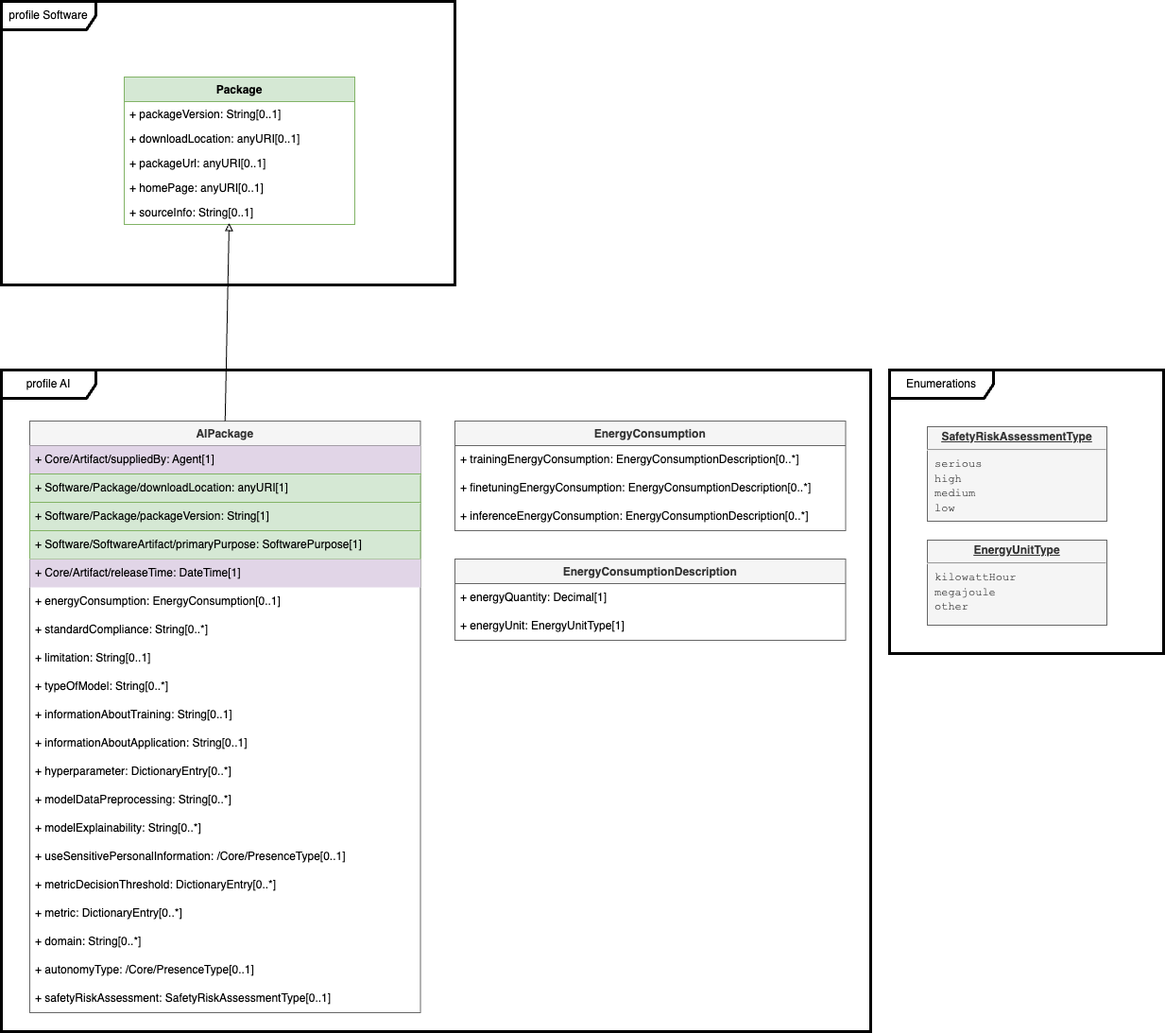
Above: docs/images/model-ai.png in spdx/spdx-spec (draw.io), before the change. Source tidied: cells renumbered, new cells last; positions are measured from the earlier drawing's top-left corner, leaving out a move shared by most shapes.
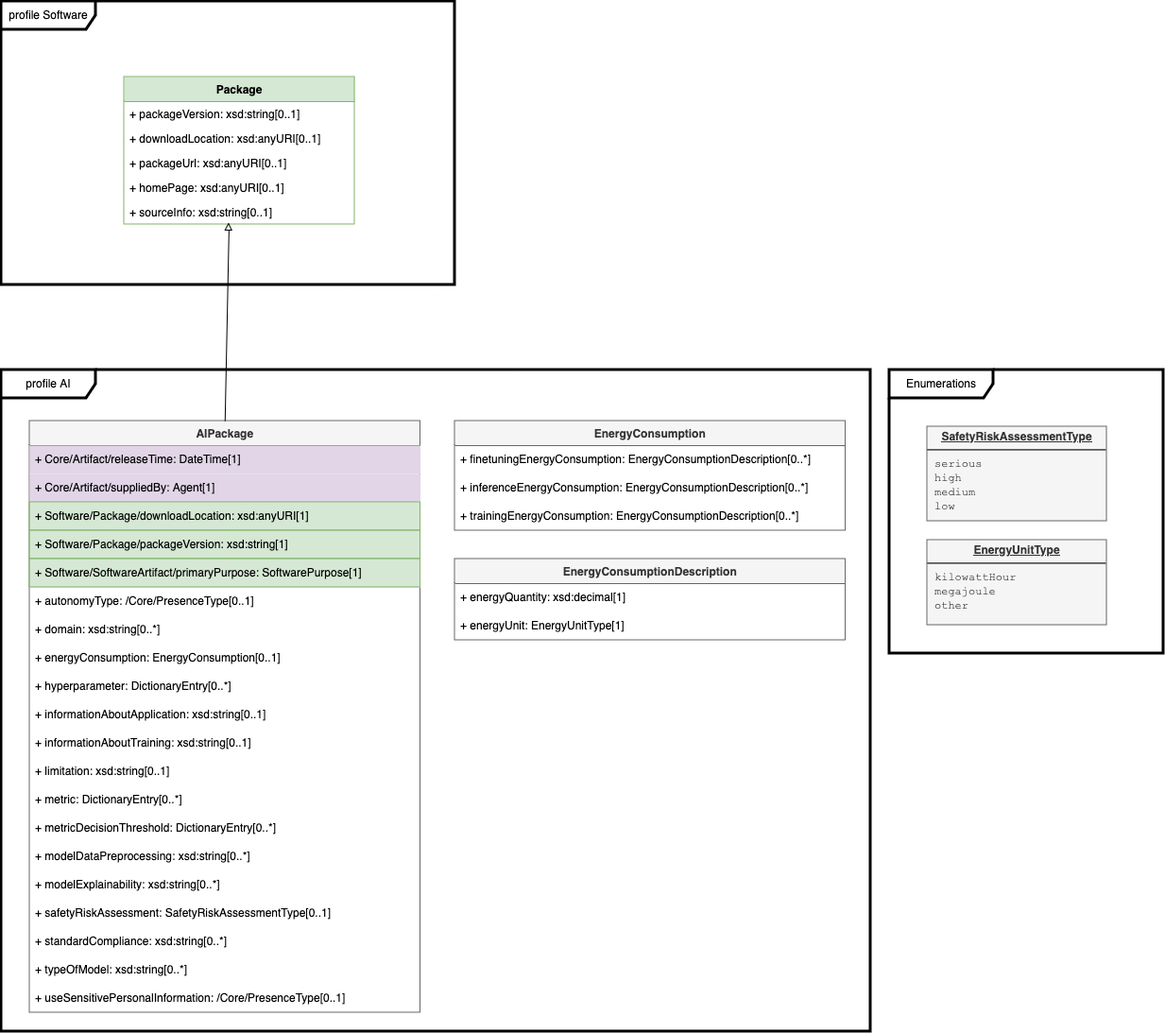
The same file after the commit.

Change to the diagram source:
```diff
@@ -8,19 +8,19 @@
     <mxCell id="3" value="Package" style="swimlane;fontStyle=1;horizontal=1;startSize=26;fillColor=#d5e8d4;strokeColor=#82b366;" parent="1" vertex="1">
       <mxGeometry x="130" y="80" width="244" height="156" as="geometry" />
     </mxCell>
-    <mxCell id="4" value="+ packageVersion: String[0..1]" style="text;strokeColor=none;fillColor=none;align=left;verticalAlign=top;spacingLeft=4;spacingRight=4;overflow=hidden;" parent="3" vertex="1">
+    <mxCell id="4" value="+ packageVersion: xsd:string[0..1]" style="text;strokeColor=none;fillColor=none;align=left;verticalAlign=top;spacingLeft=4;spacingRight=4;overflow=hidden;" parent="3" vertex="1">
       <mxGeometry y="26" width="244" height="26" as="geometry" />
     </mxCell>
-    <mxCell id="5" value="+ downloadLocation: anyURI[0..1]" style="text;strokeColor=none;fillColor=none;align=left;verticalAlign=top;spacingLeft=4;spacingRight=4;overflow=hidden;" parent="3" vertex="1">
+    <mxCell id="5" value="+ downloadLocation: xsd:anyURI[0..1]" style="text;strokeColor=none;fillColor=none;align=left;verticalAlign=top;spacingLeft=4;spacingRight=4;overflow=hidden;" parent="3" vertex="1">
       <mxGeometry y="52" width="244" height="26" as="geometry" />
     </mxCell>
-    <mxCell id="6" value="+ packageUrl: anyURI[0..1]" style="text;strokeColor=none;fillColor=none;align=left;verticalAlign=top;spacingLeft=4;spacingRight=4;overflow=hidden;" parent="3" vertex="1">
+    <mxCell id="6" value="+ packageUrl: xsd:anyURI[0..1]" style="text;strokeColor=none;fillColor=none;align=left;verticalAlign=top;spacingLeft=4;spacingRight=4;overflow=hidden;" parent="3" vertex="1">
       <mxGeometry y="78" width="244" height="26" as="geometry" />
     </mxCell>
-    <mxCell id="7" value="+ homePage: anyURI[0..1]" style="text;strokeColor=none;fillColor=none;align=left;verticalAlign=top;spacingLeft=4;spacingRight=4;overflow=hidden;" parent="3" vertex="1">
+    <mxCell id="7" value="+ homePage: xsd:anyURI[0..1]" style="text;strokeColor=none;fillColor=none;align=left;verticalAlign=top;spacingLeft=4;spacingRight=4;overflow=hidden;" parent="3" vertex="1">
       <mxGeometry y="104" width="244" height="26" as="geometry" />
     </mxCell>
-    <mxCell id="8" value="+ sourceInfo: String[0..1]" style="text;strokeColor=none;fillColor=none;align=left;verticalAlign=top;spacingLeft=4;spacingRight=4;overflow=hidden;points=[[0,0.5],[1,0.5]];portConstraint=eastwest;" parent="3" vertex="1">
+    <mxCell id="8" value="+ sourceInfo: xsd:string[0..1]" style="text;strokeColor=none;fillColor=none;align=left;verticalAlign=top;spacingLeft=4;spacingRight=4;overflow=hidden;points=[[0,0.5],[1,0.5]];portConstraint=eastwest;" parent="3" vertex="1">
       <mxGeometry y="130" width="244" height="26" as="geometry" />
     </mxCell>
     <mxCell id="9" value="profile AI" style="shape=umlFrame;whiteSpace=wrap;html=1;width=100;height=30;strokeWidth=3;" parent="1" vertex="1">
@@ -29,66 +29,66 @@
     <mxCell id="10" value="AIPackage" style="swimlane;fontStyle=1;horizontal=1;startSize=26;fillColor=#f5f5f5;strokeColor=#666666;fontColor=#333333;" parent="1" vertex="1">
       <mxGeometry x="30" y="444" width="413.5" height="626" as="geometry" />
     </mxCell>
+    <mxCell id="15" value="+ Core/Artifact/releaseTime: DateTime[1]" style="text;strokeColor=none;fillColor=#E1D5E7;align=left;verticalAlign=middle;spacingLeft=4;spacingRight=4;overflow=hidden;whiteSpace=wrap;html=1;" parent="10" vertex="1">
+      <mxGeometry y="26" width="413.5" height="30" as="geometry" />
+    </mxCell>
     <mxCell id="11" value="+ Core/Artifact/suppliedBy: Agent[1]" style="text;strokeColor=none;fillColor=#E1D5E7;align=left;verticalAlign=middle;spacingLeft=4;spacingRight=4;overflow=hidden;whiteSpace=wrap;html=1;" parent="10" vertex="1">
-      <mxGeometry y="26" width="413.5" height="30" as="geometry" />
+      <mxGeometry y="56" width="413.5" height="30" as="geometry" />
     </mxCell>
-    <mxCell id="12" value="+ Software/Package/downloadLocation: anyURI[1]" style="text;strokeColor=#82b366;fillColor=#d5e8d4;align=left;verticalAlign=middle;spacingLeft=4;spacingRight=4;overflow=hidden;whiteSpace=wrap;html=1;" parent="10" vertex="1">
-      <mxGeometry y="56" width="413.5" height="30" as="geometry" />
+    <mxCell id="12" value="+ Software/Package/downloadLocation: xsd:anyURI[1]" style="text;strokeColor=#82b366;fillColor=#d5e8d4;align=left;verticalAlign=middle;spacingLeft=4;spacingRight=4;overflow=hidden;whiteSpace=wrap;html=1;" parent="10" vertex="1">
+      <mxGeometry y="86" width="413.5" height="30" as="geometry" />
     </mxCell>
-    <mxCell id="13" value="+ Software/Package/packageVersion: String[1]" style="text;strokeColor=#82b366;fillColor=#d5e8d4;align=left;verticalAlign=middle;spacingLeft=4;spacingRight=4;overflow=hidden;whiteSpace=wrap;html=1;" parent="10" vertex="1">
-      <mxGeometry y="86" width="413.5" height="30" as="geometry" />
+    <mxCell id="13" value="+ Software/Package/packageVersion: xsd:string[1]" style="text;strokeColor=#82b366;fillColor=#d5e8d4;align=left;verticalAlign=middle;spacingLeft=4;spacingRight=4;overflow=hidden;whiteSpace=wrap;html=1;" parent="10" vertex="1">
+      <mxGeometry y="116" width="413.5" height="30" as="geometry" />
     </mxCell>
     <mxCell id="14" value="+ Software/SoftwareArtifact/primaryPurpose: SoftwarePurpose[1]" style="text;strokeColor=#82b366;fillColor=#d5e8d4;align=left;verticalAlign=middle;spacingLeft=4;spacingRight=4;overflow=hidden;whiteSpace=wrap;html=1;" parent="10" vertex="1">
-      <mxGeometry y="116" width="413.5" height="30" as="geometry" />
+      <mxGeometry y="146" width="413.5" height="30" as="geometry" />
     </mxCell>
-    <mxCell id="15" value="+ Core/Artifact/releaseTime: DateTime[1]" style="text;strokeColor=none;fillColor=#E1D5E7;align=left;verticalAlign=middle;spacingLeft=4;spacingRight=4;overflow=hidden;whiteSpace=wrap;html=1;" parent="10" vertex="1">
-      <mxGeometry y="146" width="413.5" height="30" as="geometry" />
-    </mxCell>
+    <mxCell id="29" value="+ autonomyType: /Core/PresenceType[0..1]" style="text;strokeColor=none;fillColor=none;align=left;verticalAlign=middle;spacingLeft=4;spacingRight=4;overflow=hidden;whiteSpace=wrap;html=1;" parent="10" vertex="1">
+      <mxGeometry y="176" width="413.5" height="30" as="geometry" />
+    </mxCell>
+    <mxCell id="28" value="+ domain: xsd:string[0..*]" style="text;strokeColor=none;fillColor=none;align=left;verticalAlign=middle;spacingLeft=4;spacingRight=4;overflow=hidden;whiteSpace=wrap;html=1;" parent="10" vertex="1">
+      <mxGeometry y="206" width="413.5" height="30" as="geometry" />
+    </mxCell>
     <mxCell id="16" value="+ energyConsumption: EnergyConsumption[0..1]" style="text;strokeColor=none;fillColor=none;align=left;verticalAlign=middle;spacingLeft=4;spacingRight=4;overflow=hidden;whiteSpace=wrap;html=1;" parent="10" vertex="1">
-      <mxGeometry y="176" width="413.5" height="30" as="geometry" />
+      <mxGeometry y="236" width="413.5" height="30" as="geometry" />
     </mxCell>
-    <mxCell id="17" value="+ standardCompliance: String[0..*]" style="text;strokeColor=none;fillColor=none;align=left;verticalAlign=middle;spacingLeft=4;spacingRight=4;overflow=hidden;whiteSpace=wrap;html=1;" parent="10" vertex="1">
-      <mxGeometry y="206" width="413.5" height="30" as="geometry" />
-    </mxCell>
+    <mxCell id="22" value="+ hyperparameter: DictionaryEntry[0..*]" style="text;strokeColor=none;fillColor=none;align=left;verticalAlign=middle;spacingLeft=4;spacingRight=4;overflow=hidden;whiteSpace=wrap;html=1;" parent="10" vertex="1">
+      <mxGeometry y="266" width="413.5" height="30" as="geometry" />
+    </mxCell>
+    <mxCell id="21" value="+ informationAboutApplication: xsd:string[0..1]" style="text;strokeColor=none;fillColor=none;align=left;verticalAlign=middle;spacingLeft=4;spacingRight=4;overflow=hidden;whiteSpace=wrap;html=1;" parent="10" vertex="1">
+      <mxGeometry y="296" width="413.5" height="30" as="geometry" />
+    </mxCell>
+    <mxCell id="20" value="+ informationAboutTraining: xsd:string[0..1]" style="text;strokeColor=none;fillColor=none;align=left;verticalAlign=middle;spacingLeft=4;spacingRight=4;overflow=hidden;whiteSpace=wrap;html=1;" parent="10" vertex="1">
+      <mxGeometry y="326" width="413.5" height="30" as="geometry" />
+    </mxCell>
-    <mxCell id="18" value="+ limitation: String[0..1]" style="text;strokeColor=none;fillColor=none;align=left;verticalAlign=middle;spacingLeft=4;spacingRight=4;overflow=hidden;whiteSpace=wrap;html=1;" parent="10" vertex="1">
-      <mxGeometry y="236" width="413.5" height="30" as="geometry" />
+    <mxCell id="18" value="+ limitation: xsd:string[0..1]" style="text;strokeColor=none;fillColor=none;align=left;verticalAlign=middle;spacingLeft=4;spacingRight=4;overflow=hidden;whiteSpace=wrap;html=1;" parent="10" vertex="1">
+      <mxGeometry y="356" width="413.5" height="30" as="geometry" />
     </mxCell>
-    <mxCell id="19" value="+ typeOfModel: String[0..*]" style="text;strokeColor=none;fillColor=none;align=left;verticalAlign=middle;spacingLeft=4;spacingRight=4;overflow=hidden;whiteSpace=wrap;html=1;" parent="10" vertex="1">
-      <mxGeometry y="266" width="413.5" height="30" as="geometry" />
-    </mxCell>
-    <mxCell id="20" value="+ informationAboutTraining: String[0..1]" style="text;strokeColor=none;fillColor=none;align=left;verticalAlign=middle;spacingLeft=4;spacingRight=4;overflow=hidden;whiteSpace=wrap;html=1;" parent="10" vertex="1">
-      <mxGeometry y="296" width="413.5" height="30" as="geometry" />
-    </mxCell>
-    <mxCell id="21" value="+ informationAboutApplication: String[0..1]" style="text;strokeColor=none;fillColor=none;align=left;verticalAlign=middle;spacingLeft=4;spacingRight=4;overflow=hidden;whiteSpace=wrap;html=1;" parent="10" vertex="1">
-      <mxGeometry y="326" width="413.5" height="30" as="geometry" />
-    </mxCell>
-    <mxCell id="22" value="+ hyperparameter: DictionaryEntry[0..*]" style="text;strokeColor=none;fillColor=none;align=left;verticalAlign=middle;spacingLeft=4;spacingRight=4;overflow=hidden;whiteSpace=wrap;html=1;" parent="10" vertex="1">
-      <mxGeometry y="356" width="413.5" height="30" as="geometry" />
-    </mxCell>
+    <mxCell id="27" value="+ metric: DictionaryEntry[0..*]" style="text;strokeColor=none;fillColor=none;align=left;verticalAlign=middle;spacingLeft=4;spacingRight=4;overflow=hidden;whiteSpace=wrap;html=1;" parent="10" vertex="1">
+      <mxGeometry y="386" width="413.5" height="30" as="geometry" />
+    </mxCell>
+    <mxCell id="26" value="+ metricDecisionThreshold: DictionaryEntry[0..*]" style="text;strokeColor=none;fillColor=none;align=left;verticalAlign=middle;spacingLeft=4;spacingRight=4;overflow=hidden;whiteSpace=wrap;html=1;" parent="10" vertex="1">
+      <mxGeometry y="416" width="413.5" height="30" as="geometry" />
+    </mxCell>
-    <mxCell id="23" value="+ modelDataPreprocessing: String[0..*]" style="text;strokeColor=none;fillColor=none;align=left;verticalAlign=middle;spacingLeft=4;spacingRight=4;overflow=hidden;whiteSpace=wrap;html=1;" parent="10" vertex="1">
-      <mxGeometry y="386" width="413.5" height="30" as="geometry" />
+    <mxCell id="23" value="+ modelDataPreprocessing: xsd:string[0..*]" style="text;strokeColor=none;fillColor=none;align=left;verticalAlign=middle;spacingLeft=4;spacingRight=4;overflow=hidden;whiteSpace=wrap;html=1;" parent="10" vertex="1">
+      <mxGeometry y="446" width="413.5" height="30" as="geometry" />
     </mxCell>
-    <mxCell id="24" value="+ modelExplainability: String[0..*]" style="text;strokeColor=none;fillColor=none;align=left;verticalAlign=middle;spacingLeft=4;spacingRight=4;overflow=hidden;whiteSpace=wrap;html=1;" parent="10" vertex="1">
-      <mxGeometry y="416" width="413.5" height="30" as="geometry" />
+    <mxCell id="24" value="+ modelExplainability: xsd:string[0..*]" style="text;strokeColor=none;fillColor=none;align=left;verticalAlign=middle;spacingLeft=4;spacingRight=4;overflow=hidden;whiteSpace=wrap;html=1;" parent="10" vertex="1">
+      <mxGeometry y="476" width="413.5" height="30" as="geometry" />
     </mxCell>
+    <mxCell id="30" value="+ safetyRiskAssessment: SafetyRiskAssessmentType[0..1]" style="text;strokeColor=none;fillColor=none;align=left;verticalAlign=middle;spacingLeft=4;spacingRight=4;overflow=hidden;whiteSpace=wrap;html=1;" parent="10" vertex="1">
+      <mxGeometry y="506" width="413.5" height="30" as="geometry" />
+    </mxCell>
+    <mxCell id="17" value="+ standardCompliance: xsd:string[0..*]" style="text;strokeColor=none;fillColor=none;align=left;verticalAlign=middle;spacingLeft=4;spacingRight=4;overflow=hidden;whiteSpace=wrap;html=1;" parent="10" vertex="1">
+      <mxGeometry y="536" width="413.5" height="30" as="geometry" />
+    </mxCell>
+    <mxCell id="19" value="+ typeOfModel: xsd:string[0..*]" style="text;strokeColor=none;fillColor=none;align=left;verticalAlign=middle;spacingLeft=4;spacingRight=4;overflow=hidden;whiteSpace=wrap;html=1;" parent="10" vertex="1">
+      <mxGeometry y="566" width="413.5" height="30" as="geometry" />
+    </mxCell>
     <mxCell id="25" value="+ useSensitivePersonalInformation: /Core/PresenceType[0..1]" style="text;strokeColor=none;fillColor=none;align=left;verticalAlign=middle;spacingLeft=4;spacingRight=4;overflow=hidden;whiteSpace=wrap;html=1;" parent="10" vertex="1">
-      <mxGeometry y="446" width="413.5" height="30" as="geometry" />
+      <mxGeometry y="596" width="413.5" height="30" as="geometry" />
     </mxCell>
-    <mxCell id="26" value="+ metricDecisionThreshold: DictionaryEntry[0..*]" style="text;strokeColor=none;fillColor=none;align=left;verticalAlign=middle;spacingLeft=4;spacingRight=4;overflow=hidden;whiteSpace=wrap;html=1;" parent="10" vertex="1">
-      <mxGeometry y="476" width="413.5" height="30" as="geometry" />
-    </mxCell>
-    <mxCell id="27" value="+ metric: DictionaryEntry[0..*]" style="text;strokeColor=none;fillColor=none;align=left;verticalAlign=middle;spacingLeft=4;spacingRight=4;overflow=hidden;whiteSpace=wrap;html=1;" parent="10" vertex="1">
-      <mxGeometry y="506" width="413.5" height="30" as="geometry" />
-    </mxCell>
-    <mxCell id="28" value="+ domain: String[0..*]" style="text;strokeColor=none;fillColor=none;align=left;verticalAlign=middle;spacingLeft=4;spacingRight=4;overflow=hidden;whiteSpace=wrap;html=1;" parent="10" vertex="1">
-      <mxGeometry y="536" width="413.5" height="30" as="geometry" />
-    </mxCell>
-    <mxCell id="29" value="+ autonomyType: /Core/PresenceType[0..1]" style="text;strokeColor=none;fillColor=none;align=left;verticalAlign=middle;spacingLeft=4;spacingRight=4;overflow=hidden;whiteSpace=wrap;html=1;" parent="10" vertex="1">
-      <mxGeometry y="566" width="413.5" height="30" as="geometry" />
-    </mxCell>
-    <mxCell id="30" value="+ safetyRiskAssessment: SafetyRiskAssessmentType[0..1]" style="text;strokeColor=none;fillColor=none;align=left;verticalAlign=middle;spacingLeft=4;spacingRight=4;overflow=hidden;whiteSpace=wrap;html=1;" parent="10" vertex="1">
-      <mxGeometry y="596" width="413.5" height="30" as="geometry" />
-    </mxCell>
     <mxCell id="31" style="endArrow=block;html=1;rounded=0;entryX=0.455;entryY=0.942;entryDx=0;entryDy=0;entryPerimeter=0;exitX=0.5;exitY=0;exitDx=0;exitDy=0;endFill=0;" parent="1" edge="1" source="10" target="8">
       <mxGeometry relative="1" as="geometry" />
     </mxCell>
@@ -101,19 +101,19 @@
     <mxCell id="34" value="EnergyConsumption" style="swimlane;fontStyle=1;horizontal=1;startSize=26;fillColor=#f5f5f5;strokeColor=#666666;fontColor=#333333;" parent="1" vertex="1">
       <mxGeometry x="480" y="444" width="413.5" height="116" as="geometry" />
     </mxCell>
-    <mxCell id="35" value="+ trainingEnergyConsumption: EnergyConsumptionDescription[0..*]" style="text;strokeColor=none;fillColor=none;align=left;verticalAlign=middle;spacingLeft=4;spacingRight=4;overflow=hidden;whiteSpace=wrap;html=1;" parent="34" vertex="1">
-      <mxGeometry y="26" width="413.5" height="30" as="geometry" />
-    </mxCell>
     <mxCell id="36" value="+ finetuningEnergyConsumption: EnergyConsumptionDescription[0..*]" style="text;strokeColor=none;fillColor=none;align=left;verticalAlign=middle;spacingLeft=4;spacingRight=4;overflow=hidden;whiteSpace=wrap;html=1;" parent="34" vertex="1">
-      <mxGeometry y="56" width="413.5" height="30" as="geometry" />
+      <mxGeometry y="26" width="413.5" height="30" as="geometry" />
     </mxCell>
     <mxCell id="37" value="+ inferenceEnergyConsumption: EnergyConsumptionDescription[0..*]" style="text;strokeColor=none;fillColor=none;align=left;verticalAlign=middle;spacingLeft=4;spacingRight=4;overflow=hidden;whiteSpace=wrap;html=1;" parent="34" vertex="1">
-      <mxGeometry y="86" width="413.5" height="30" as="geometry" />
+      <mxGeometry y="56" width="413.5" height="30" as="geometry" />
     </mxCell>
+    <mxCell id="35" value="+ trainingEnergyConsumption: EnergyConsumptionDescription[0..*]" style="text;strokeColor=none;fillColor=none;align=left;verticalAlign=middle;spacingLeft=4;spacingRight=4;overflow=hidden;whiteSpace=wrap;html=1;" parent="34" vertex="1">
+      <mxGeometry y="86" width="413.5" height="30" as="geometry" />
+    </mxCell>
     <mxCell id="38" value="EnergyConsumptionDescription" style="swimlane;fontStyle=1;horizontal=1;startSize=26;fillColor=#f5f5f5;strokeColor=#666666;fontColor=#333333;" parent="1" vertex="1">
       <mxGeometry x="480" y="590" width="413.5" height="86" as="geometry" />
     </mxCell>
-    <mxCell id="39" value="+ energyQuantity: Decimal[1]" style="text;strokeColor=none;fillColor=none;align=left;verticalAlign=middle;spacingLeft=4;spacingRight=4;overflow=hidden;whiteSpace=wrap;html=1;" parent="38" vertex="1">
+    <mxCell id="39" value="+ energyQuantity: xsd:decimal[1]" style="text;strokeColor=none;fillColor=none;align=left;verticalAlign=middle;spacingLeft=4;spacingRight=4;overflow=hidden;whiteSpace=wrap;html=1;" parent="38" vertex="1">
       <mxGeometry y="26" width="413.5" height="30" as="geometry" />
     </mxCell>
     <mxCell id="40" value="+ energyUnit: EnergyUnitType[1]" style="text;strokeColor=none;fillColor=none;align=left;verticalAlign=middle;spacingLeft=4;spacingRight=4;overflow=hidden;whiteSpace=wrap;html=1;" parent="38" vertex="1">
```
